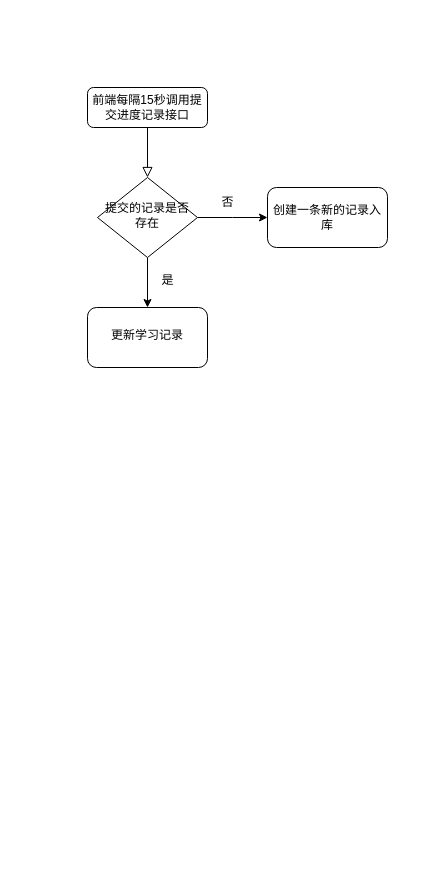
lianyutian/drawio keeps this draw.io diagram as learnhub/学习进度记录优化.drawio. Above is the earlier version. Source tidied: cells renumbered, new cells numbered last; positions are measured from the earlier drawing's top-left corner, leaving out a move shared by most shapes. Both pictures are drawn from the tidied source at 100%, with x=0, y=0 at pixel (87, 87).
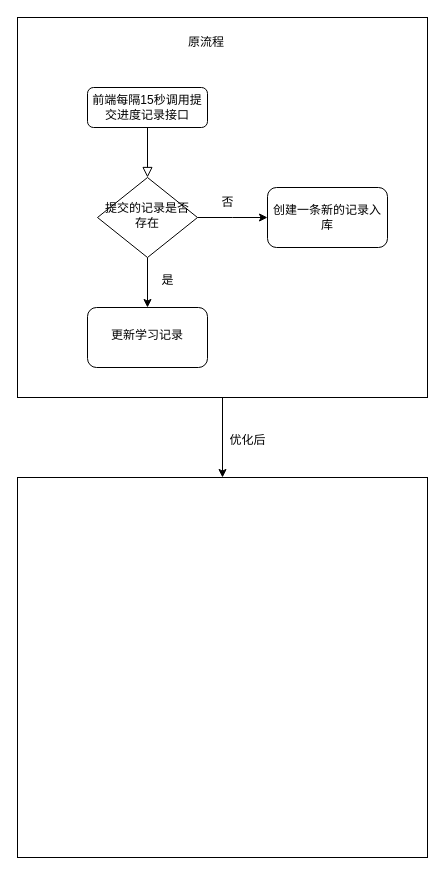
After the change.

Commit message (it also covers changes not shown here):
更新学习进度记录优化.drawio

Change to the diagram source:
```diff
@@
 <mxGraphModel>
   <root>
     <mxCell id="0" />
     <mxCell id="1" parent="0" />
+    <mxCell id="11" style="edgeStyle=orthogonalEdgeStyle;rounded=0;jettySize=auto;html=1;" parent="1" edge="1" source="12" target="14">
+      <mxGeometry relative="1" as="geometry" />
+    </mxCell>
+    <mxCell id="12" style="rounded=0;whiteSpace=wrap;html=1;labelBackgroundColor=#3399FF;" parent="1" vertex="1">
+      <mxGeometry x="-70" y="-70" width="410" height="380" as="geometry" />
+    </mxCell>
     <mxCell id="2" style="rounded=0;html=1;jettySize=auto;fontSize=11;endArrow=block;endFill=0;endSize=8;strokeWidth=1;shadow=0;labelBackgroundColor=none;edgeStyle=orthogonalEdgeStyle;" parent="1" edge="1" source="3" target="6">
       <mxGeometry relative="1" as="geometry" />
     </mxCell>
     <mxCell id="3" value="前端每隔15秒调用提交进度记录接口" style="rounded=1;whiteSpace=wrap;html=1;fontSize=12;glass=0;strokeWidth=1;shadow=0;" parent="1" vertex="1">
       <mxGeometry width="120" height="40" as="geometry" />
     </mxCell>
     <mxCell id="4" style="edgeStyle=orthogonalEdgeStyle;rounded=0;jettySize=auto;html=1;" parent="1" edge="1" source="6">
       <mxGeometry relative="1" as="geometry">
         <mxPoint x="180" y="130" as="targetPoint" />
       </mxGeometry>
     </mxCell>
     <mxCell id="5" style="edgeStyle=orthogonalEdgeStyle;rounded=0;jettySize=auto;html=1;" parent="1" edge="1" source="6" target="9">
       <mxGeometry relative="1" as="geometry" />
     </mxCell>
     <mxCell id="6" value="提交的记录是否存在" style="rhombus;whiteSpace=wrap;html=1;shadow=0;fontFamily=Helvetica;fontSize=12;align=center;strokeWidth=1;spacing=6;spacingTop=-4;" parent="1" vertex="1">
       <mxGeometry x="10" y="90" width="100" height="80" as="geometry" />
     </mxCell>
     <mxCell id="7" value="否" style="text;html=1;align=center;verticalAlign=middle;strokeColor=none;fillColor=none;" parent="1" vertex="1">
       <mxGeometry x="120" y="100" width="40" height="30" as="geometry" />
     </mxCell>
     <mxCell id="8" value="创建一条新的记录入库" style="rounded=1;whiteSpace=wrap;html=1;" parent="1" vertex="1">
       <mxGeometry x="180" y="100" width="120" height="60" as="geometry" />
     </mxCell>
     <mxCell id="9" value="更新学习记录" style="rounded=1;whiteSpace=wrap;html=1;shadow=0;strokeWidth=1;spacing=6;spacingTop=-4;" parent="1" vertex="1">
       <mxGeometry y="220" width="120" height="60" as="geometry" />
     </mxCell>
     <mxCell id="10" value="是" style="text;html=1;align=center;verticalAlign=middle;strokeColor=none;fillColor=none;" parent="1" vertex="1">
       <mxGeometry x="60" y="178" width="40" height="30" as="geometry" />
     </mxCell>
+    <mxCell id="13" value="原流程" style="text;strokeColor=none;fillColor=none;align=left;verticalAlign=middle;spacingLeft=4;spacingRight=4;overflow=hidden;whiteSpace=wrap;html=1;" parent="1" vertex="1">
+      <mxGeometry x="95" y="-60" width="80" height="30" as="geometry" />
+    </mxCell>
+    <mxCell id="14" style="rounded=0;whiteSpace=wrap;html=1;labelBackgroundColor=#3399FF;" parent="1" vertex="1">
+      <mxGeometry x="-70" y="390" width="410" height="380" as="geometry" />
+    </mxCell>
+    <mxCell id="15" value="优化后" style="text;html=1;align=center;verticalAlign=middle;strokeColor=none;fillColor=none;" parent="1" vertex="1">
+      <mxGeometry x="130" y="338" width="60" height="30" as="geometry" />
+    </mxCell>
   </root>
 </mxGraphModel>
```
